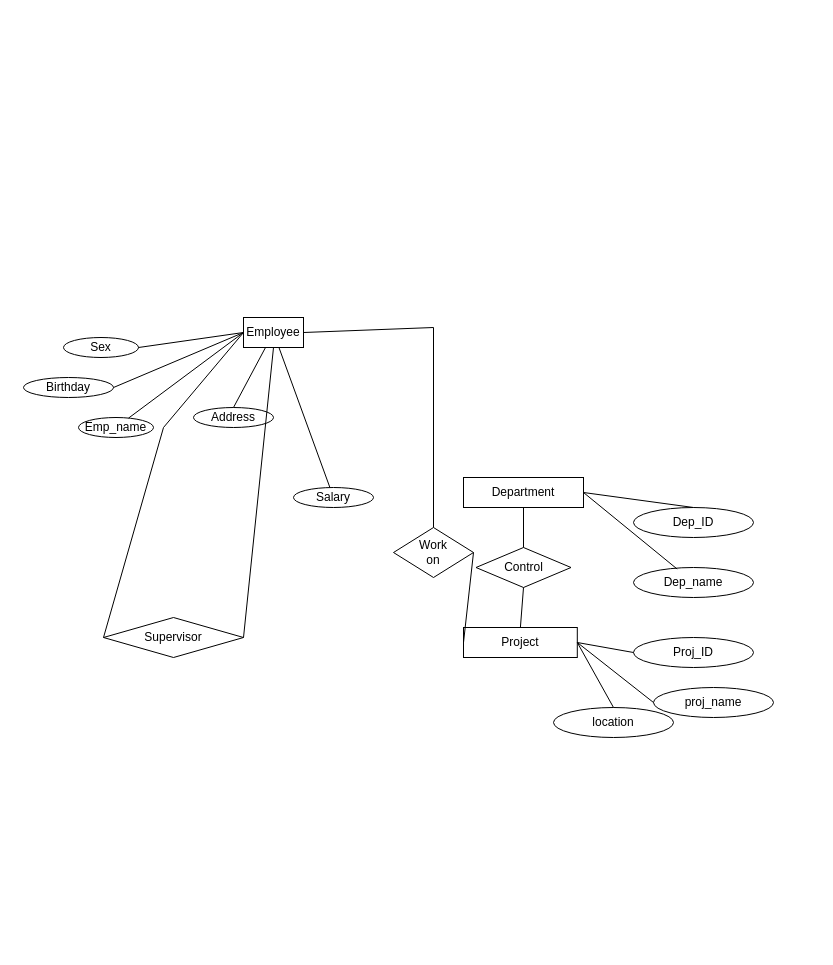
The draw.io diagram Example Company Database.drawio in votranngochuu/Database_Summer_2025, before the edit. Source tidied: cells renumbered, new cells numbered last; positions are measured from the earlier drawing's top-left corner, leaving out a move shared by most shapes. Both pictures are drawn from the tidied source at 100%, with x=0, y=0 at pixel (23, 317).
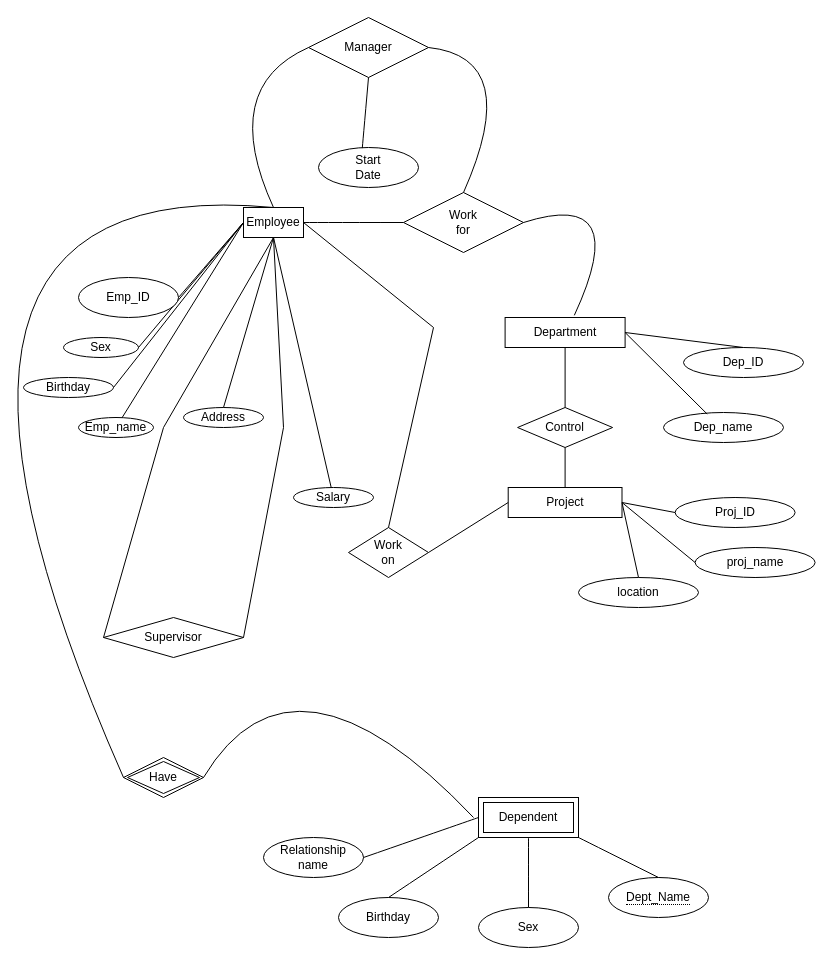
After the change.

The change refers to these unchanged cells:
```xml
<mxCell id="3" value="Salary" style="ellipse;whiteSpace=wrap;html=1;" parent="1" vertex="1">
  <mxGeometry x="270" y="170" width="80" height="20" as="geometry" />
</mxCell>
<mxCell id="32" value="Supervisor" style="rhombus;whiteSpace=wrap;html=1;" parent="1" vertex="1">
  <mxGeometry x="80" y="300" width="140" height="40" as="geometry" />
</mxCell>
```

What changed in the source:
```diff
@@
     <mxCell id="2" value="Employee" style="rounded=0;whiteSpace=wrap;html=1;" parent="1" vertex="1">
-      <mxGeometry x="220" width="60" height="30" as="geometry" />
+      <mxGeometry x="220" y="-110" width="60" height="30" as="geometry" />
     </mxCell>
@@
     <mxCell id="6" value="Address" style="ellipse;whiteSpace=wrap;html=1;" parent="1" vertex="1">
-      <mxGeometry x="170" y="90" width="80" height="20" as="geometry" />
+      <mxGeometry x="160" y="90" width="80" height="20" as="geometry" />
     </mxCell>
     <mxCell id="7" style="endArrow=none;html=1;rounded=0;" parent="1" edge="1">
       <mxGeometry relative="1" as="geometry">
-        <mxPoint x="490" y="210" as="sourcePoint" />
-        <mxPoint x="490" y="210" as="targetPoint" />
+        <mxPoint x="531.6" y="70" as="sourcePoint" />
+        <mxPoint x="531.6" y="70" as="targetPoint" />
       </mxGeometry>
     </mxCell>
-    <mxCell id="8" style="endArrow=none;html=1;rounded=0;labelBackgroundColor=none;fontColor=none;noLabel=1;" parent="1" edge="1" source="3" target="2">
-      <mxGeometry relative="1" as="geometry" />
+    <mxCell id="8" style="endArrow=none;html=1;rounded=0;labelBackgroundColor=none;fontColor=none;noLabel=1;" parent="1" edge="1" source="3">
+      <mxGeometry relative="1" as="geometry">
+        <mxPoint x="250" y="-80" as="targetPoint" />
+      </mxGeometry>
     </mxCell>
@@
-    <mxCell id="10" style="endArrow=none;html=1;rounded=0;exitX=0.5;exitY=0;exitDx=0;exitDy=0;" parent="1" edge="1" source="6" target="2">
-      <mxGeometry relative="1" as="geometry" />
+    <mxCell id="10" style="endArrow=none;html=1;rounded=0;exitX=0.5;exitY=0;exitDx=0;exitDy=0;" parent="1" edge="1" source="6">
+      <mxGeometry relative="1" as="geometry">
+        <mxPoint x="250" y="-80" as="targetPoint" />
+      </mxGeometry>
     </mxCell>
@@
     <mxCell id="12" value="Department" style="rounded=0;whiteSpace=wrap;html=1;" parent="1" vertex="1">
-      <mxGeometry x="440" y="160" width="120" height="30" as="geometry" />
+      <mxGeometry x="481.6" width="120" height="30" as="geometry" />
     </mxCell>
     <mxCell id="13" value="Control" style="rhombus;whiteSpace=wrap;html=1;" parent="1" vertex="1">
-      <mxGeometry x="452.5" y="230" width="95" height="40" as="geometry" />
+      <mxGeometry x="494.1" y="90" width="95" height="40" as="geometry" />
     </mxCell>
@@
     <mxCell id="15" value="Project" style="rounded=0;whiteSpace=wrap;html=1;" parent="1" vertex="1">
-      <mxGeometry x="440" y="310" width="113.8" height="30" as="geometry" />
+      <mxGeometry x="484.7" y="170" width="113.8" height="30" as="geometry" />
     </mxCell>
@@
     <mxCell id="17" value="Dep_ID" style="ellipse;whiteSpace=wrap;html=1;" parent="1" vertex="1">
-      <mxGeometry x="610" y="190" width="120" height="30" as="geometry" />
+      <mxGeometry x="660" y="30" width="120" height="30" as="geometry" />
     </mxCell>
@@
     <mxCell id="19" value="Dep_name" style="ellipse;whiteSpace=wrap;html=1;" parent="1" vertex="1">
-      <mxGeometry x="610" y="250" width="120" height="30" as="geometry" />
+      <mxGeometry x="640" y="95" width="120" height="30" as="geometry" />
     </mxCell>
@@
     <mxCell id="21" value="Proj_ID" style="ellipse;whiteSpace=wrap;html=1;" parent="1" vertex="1">
-      <mxGeometry x="610" y="320" width="120" height="30" as="geometry" />
+      <mxGeometry x="651.6" y="180" width="120" height="30" as="geometry" />
     </mxCell>
@@
     <mxCell id="23" value="proj_name" style="ellipse;whiteSpace=wrap;html=1;" parent="1" vertex="1">
-      <mxGeometry x="630" y="370" width="120" height="30" as="geometry" />
+      <mxGeometry x="671.6" y="230" width="120" height="30" as="geometry" />
     </mxCell>
@@
     <mxCell id="25" value="location" style="ellipse;whiteSpace=wrap;html=1;" parent="1" vertex="1">
-      <mxGeometry x="530" y="390" width="120" height="30" as="geometry" />
+      <mxGeometry x="555" y="260" width="120" height="30" as="geometry" />
     </mxCell>
@@
     <mxCell id="27" value="Work&lt;div&gt;on&lt;/div&gt;" style="rhombus;whiteSpace=wrap;html=1;" parent="1" vertex="1">
-      <mxGeometry x="370" y="210" width="80" height="50" as="geometry" />
+      <mxGeometry x="325" y="210" width="80" height="50" as="geometry" />
     </mxCell>
@@
     <mxCell id="33" style="endArrow=none;html=1;rounded=0;entryX=0.5;entryY=1;entryDx=0;entryDy=0;exitX=1;exitY=0.5;exitDx=0;exitDy=0;" parent="1" edge="1" source="32" target="2">
-      <mxGeometry relative="1" as="geometry" />
+      <mxGeometry relative="1" as="geometry">
+        <Array as="points">
+          <mxPoint x="260" y="110" />
+        </Array>
+      </mxGeometry>
     </mxCell>
-    <mxCell id="34" style="endArrow=none;html=1;rounded=0;exitX=0;exitY=0.5;exitDx=0;exitDy=0;entryX=0;entryY=0.5;entryDx=0;entryDy=0;" parent="1" edge="1" source="32" target="2">
+    <mxCell id="34" style="endArrow=none;html=1;rounded=0;exitX=0;exitY=0.5;exitDx=0;exitDy=0;entryX=0.5;entryY=1;entryDx=0;entryDy=0;" parent="1" edge="1" source="32" target="2">
       <mxGeometry relative="1" as="geometry">
         <Array as="points">
           <mxPoint x="140" y="110" />
         </Array>
       </mxGeometry>
     </mxCell>
+    <mxCell id="35" value="Dependent" style="shape=ext;margin=3;double=1;whiteSpace=wrap;html=1;align=center;" parent="1" vertex="1">
+      <mxGeometry x="455" y="480" width="100" height="40" as="geometry" />
+    </mxCell>
+    <mxCell id="36" value="&lt;span style=&quot;border-bottom: 1px dotted&quot;&gt;Dept_Name&lt;/span&gt;" style="ellipse;whiteSpace=wrap;html=1;align=center;" parent="1" vertex="1">
+      <mxGeometry x="585" y="560" width="100" height="40" as="geometry" />
+    </mxCell>
+    <mxCell id="37" style="endArrow=none;html=1;rounded=0;fontSize=12;startSize=8;endSize=8;curved=1;exitX=1;exitY=1;exitDx=0;exitDy=0;entryX=0.5;entryY=0;entryDx=0;entryDy=0;" parent="1" edge="1" source="35" target="36">
+      <mxGeometry relative="1" as="geometry" />
+    </mxCell>
+    <mxCell id="38" value="Sex" style="ellipse;whiteSpace=wrap;html=1;align=center;" parent="1" vertex="1">
+      <mxGeometry x="455" y="590" width="100" height="40" as="geometry" />
+    </mxCell>
+    <mxCell id="39" style="endArrow=none;html=1;rounded=0;fontSize=12;startSize=8;endSize=8;curved=1;exitX=0.5;exitY=1;exitDx=0;exitDy=0;" parent="1" edge="1" source="35" target="38">
+      <mxGeometry relative="1" as="geometry" />
+    </mxCell>
+    <mxCell id="40" value="Birthday" style="ellipse;whiteSpace=wrap;html=1;align=center;" parent="1" vertex="1">
+      <mxGeometry x="315" y="580" width="100" height="40" as="geometry" />
+    </mxCell>
+    <mxCell id="41" value="Relationship name" style="ellipse;whiteSpace=wrap;html=1;align=center;" parent="1" vertex="1">
+      <mxGeometry x="240" y="520" width="100" height="40" as="geometry" />
+    </mxCell>
+    <mxCell id="42" style="endArrow=none;html=1;rounded=0;fontSize=12;startSize=8;endSize=8;curved=1;exitX=0;exitY=0.5;exitDx=0;exitDy=0;entryX=1;entryY=0.5;entryDx=0;entryDy=0;" parent="1" edge="1" source="35" target="41">
+      <mxGeometry relative="1" as="geometry" />
+    </mxCell>
+    <mxCell id="43" style="endArrow=none;html=1;rounded=0;fontSize=12;startSize=8;endSize=8;curved=1;exitX=0;exitY=1;exitDx=0;exitDy=0;entryX=0.5;entryY=0;entryDx=0;entryDy=0;" parent="1" edge="1" source="35" target="40">
+      <mxGeometry relative="1" as="geometry" />
+    </mxCell>
+    <mxCell id="44" value="Have" style="shape=rhombus;double=1;perimeter=rhombusPerimeter;whiteSpace=wrap;html=1;align=center;" parent="1" vertex="1">
+      <mxGeometry x="100" y="440" width="80" height="40" as="geometry" />
+    </mxCell>
+    <mxCell id="45" style="endArrow=none;html=1;rounded=0;fontSize=12;startSize=8;endSize=8;curved=1;exitX=1;exitY=0.5;exitDx=0;exitDy=0;" parent="1" edge="1" source="44">
+      <mxGeometry relative="1" as="geometry">
+        <mxPoint x="450" y="500" as="targetPoint" />
+        <Array as="points">
+          <mxPoint x="270" y="310" />
+        </Array>
+      </mxGeometry>
+    </mxCell>
+    <mxCell id="46" value="Emp_ID" style="ellipse;whiteSpace=wrap;html=1;align=center;" parent="1" vertex="1">
+      <mxGeometry x="55" y="-40" width="100" height="40" as="geometry" />
+    </mxCell>
+    <mxCell id="47" style="endArrow=none;html=1;rounded=0;fontSize=12;startSize=8;endSize=8;curved=1;exitX=1;exitY=0.5;exitDx=0;exitDy=0;entryX=0;entryY=0.5;entryDx=0;entryDy=0;" parent="1" edge="1" source="46" target="2">
+      <mxGeometry relative="1" as="geometry" />
+    </mxCell>
+    <mxCell id="48" style="endArrow=none;html=1;rounded=0;fontSize=12;startSize=8;endSize=8;curved=1;exitX=0;exitY=0.5;exitDx=0;exitDy=0;entryX=0.5;entryY=0;entryDx=0;entryDy=0;" parent="1" edge="1" source="44" target="2">
+      <mxGeometry relative="1" as="geometry">
+        <Array as="points">
+          <mxPoint x="-170" y="-150" />
+        </Array>
+      </mxGeometry>
+    </mxCell>
+    <mxCell id="49" style="edgeStyle=none;curved=1;rounded=0;orthogonalLoop=1;jettySize=auto;html=1;exitX=0.5;exitY=1;exitDx=0;exitDy=0;fontSize=12;startSize=8;endSize=8;" parent="1" edge="1" source="15" target="15">
+      <mxGeometry relative="1" as="geometry" />
+    </mxCell>
+    <mxCell id="50" value="Work&lt;div&gt;for&lt;/div&gt;" style="shape=rhombus;perimeter=rhombusPerimeter;whiteSpace=wrap;html=1;align=center;" parent="1" vertex="1">
+      <mxGeometry x="380" y="-125" width="120" height="60" as="geometry" />
+    </mxCell>
+    <mxCell id="51" style="endArrow=none;html=1;rounded=0;fontSize=12;startSize=8;endSize=8;curved=1;entryX=0;entryY=0.5;entryDx=0;entryDy=0;" parent="1" edge="1" target="50">
+      <mxGeometry relative="1" as="geometry">
+        <mxPoint x="280" y="-95" as="sourcePoint" />
+      </mxGeometry>
+    </mxCell>
+    <mxCell id="52" style="endArrow=none;html=1;rounded=0;fontSize=12;startSize=8;endSize=8;curved=1;exitX=1;exitY=0.5;exitDx=0;exitDy=0;entryX=0.577;entryY=-0.073;entryDx=0;entryDy=0;entryPerimeter=0;" parent="1" edge="1" source="50" target="12">
+      <mxGeometry relative="1" as="geometry">
+        <Array as="points">
+          <mxPoint x="610" y="-130" />
+        </Array>
+      </mxGeometry>
+    </mxCell>
+    <mxCell id="53" value="Manager" style="shape=rhombus;perimeter=rhombusPerimeter;whiteSpace=wrap;html=1;align=center;" parent="1" vertex="1">
+      <mxGeometry x="285" y="-300" width="120" height="60" as="geometry" />
+    </mxCell>
+    <mxCell id="54" style="endArrow=none;html=1;rounded=0;fontSize=12;startSize=8;endSize=8;curved=1;exitX=1;exitY=0.5;exitDx=0;exitDy=0;entryX=0.5;entryY=0;entryDx=0;entryDy=0;" parent="1" edge="1" source="53" target="50">
+      <mxGeometry relative="1" as="geometry">
+        <Array as="points">
+          <mxPoint x="500" y="-260" />
+        </Array>
+      </mxGeometry>
+    </mxCell>
+    <mxCell id="55" style="endArrow=none;html=1;rounded=0;fontSize=12;startSize=8;endSize=8;curved=1;entryX=0;entryY=0.5;entryDx=0;entryDy=0;" parent="1" edge="1" target="53">
+      <mxGeometry relative="1" as="geometry">
+        <mxPoint x="250" y="-110" as="sourcePoint" />
+        <Array as="points">
+          <mxPoint x="195" y="-230" />
+        </Array>
+      </mxGeometry>
+    </mxCell>
+    <mxCell id="56" value="Start&lt;div&gt;Date&lt;/div&gt;" style="ellipse;whiteSpace=wrap;html=1;align=center;" parent="1" vertex="1">
+      <mxGeometry x="295" y="-170" width="100" height="40" as="geometry" />
+    </mxCell>
+    <mxCell id="57" style="endArrow=none;html=1;rounded=0;fontSize=12;startSize=8;endSize=8;curved=1;entryX=0.5;entryY=1;entryDx=0;entryDy=0;exitX=0.438;exitY=0.015;exitDx=0;exitDy=0;exitPerimeter=0;" parent="1" edge="1" source="56" target="53">
+      <mxGeometry relative="1" as="geometry" />
+    </mxCell>
```
